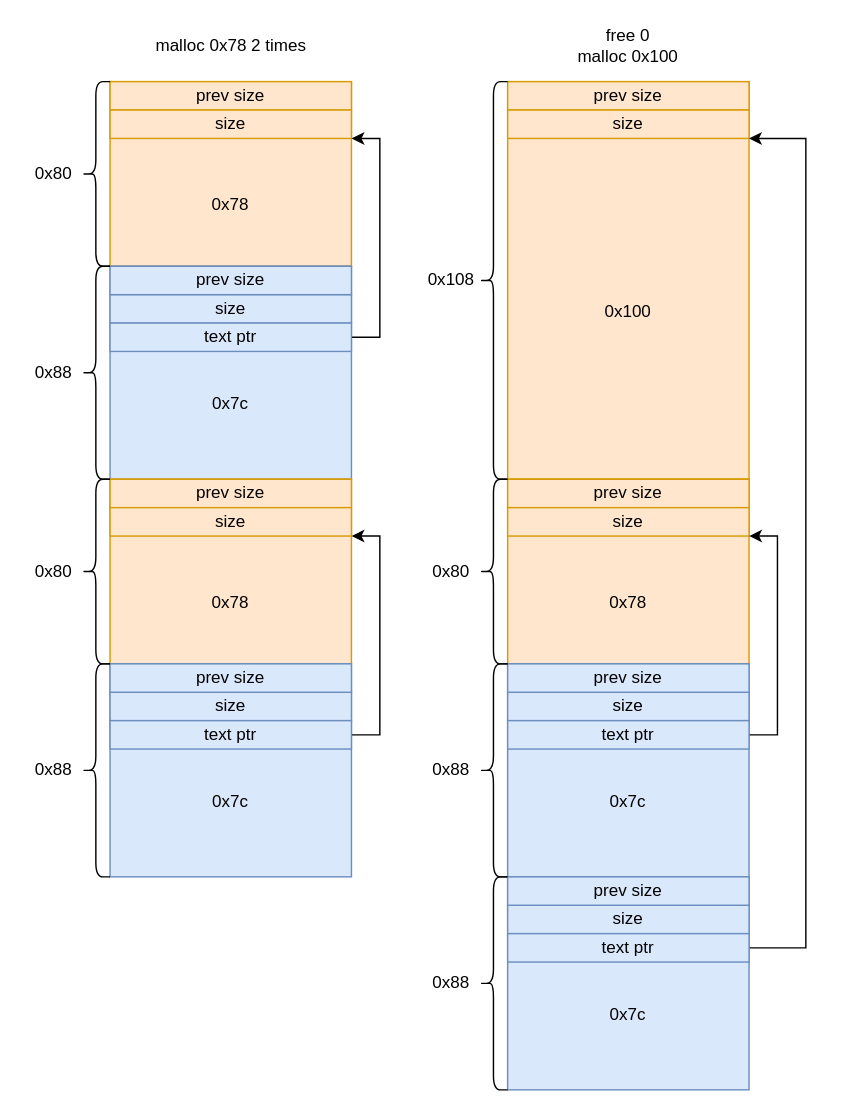
Above: blog/babyfengshui_33c3_2016.drawio in Zephyrccc/ImageHostingService (draw.io), before the change. Source tidied: cells renumbered, new cells numbered last; positions are measured from the earlier drawing's top-left corner, leaving out a move shared by most shapes. Both pictures are drawn from the tidied source at 142%, with x=0, y=0 at pixel (24, 24).
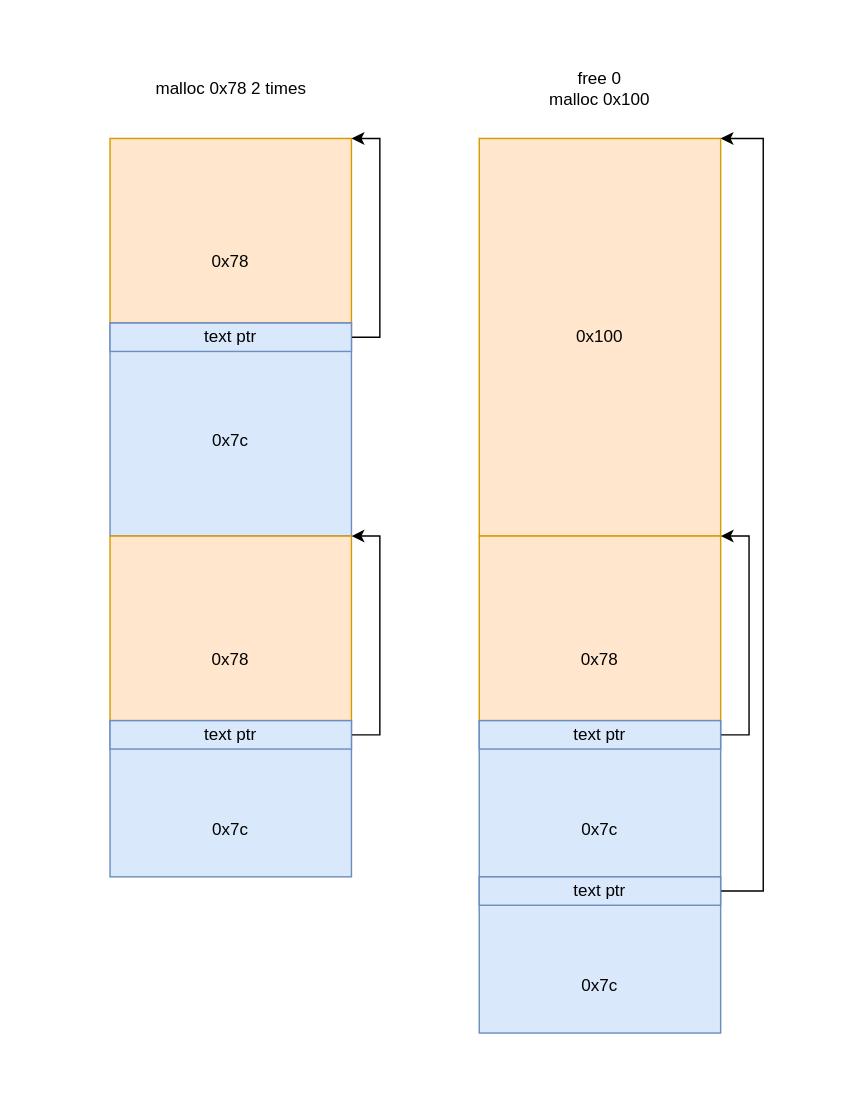
Above is the later version.

Change to the diagram source:
```diff
@@
     <mxCell id="2" value="&lt;br&gt;&lt;br&gt;&lt;br&gt;0x78" style="rounded=0;whiteSpace=wrap;html=1;fillColor=#ffe6cc;strokeColor=#d79b00;" parent="1" vertex="1">
-      <mxGeometry x="60" y="40" width="170" height="130" as="geometry" />
+      <mxGeometry x="60" y="80" width="170" height="130" as="geometry" />
     </mxCell>
-    <mxCell id="3" value="&lt;br&gt;&lt;br&gt;&lt;br&gt;0x7c" style="rounded=0;whiteSpace=wrap;html=1;fillColor=#dae8fc;strokeColor=#6c8ebf;" parent="1" vertex="1">
-      <mxGeometry x="60" y="170" width="170" height="150" as="geometry" />
+    <mxCell id="3" value="&lt;br&gt;0x7c" style="rounded=0;whiteSpace=wrap;html=1;fillColor=#dae8fc;strokeColor=#6c8ebf;" parent="1" vertex="1">
+      <mxGeometry x="60" y="210" width="170" height="150" as="geometry" />
     </mxCell>
@@
-    <mxCell id="5" value="prev size" style="rounded=0;whiteSpace=wrap;html=1;fillColor=#ffe6cc;strokeColor=#d79b00;" parent="1" vertex="1">
-      <mxGeometry x="60" y="40" width="170" height="20" as="geometry" />
-    </mxCell>
     <mxCell id="6" value="malloc 0x78&amp;nbsp;2 times" style="text;html=1;strokeColor=none;fillColor=none;align=center;verticalAlign=middle;whiteSpace=wrap;rounded=0;" parent="1" vertex="1">
-      <mxGeometry x="82.5" width="125" height="30" as="geometry" />
+      <mxGeometry x="82.5" y="30" width="125" height="30" as="geometry" />
     </mxCell>
     <mxCell id="7" value="free 0&lt;br&gt;malloc 0x100" style="text;html=1;strokeColor=none;fillColor=none;align=center;verticalAlign=middle;whiteSpace=wrap;rounded=0;" parent="1" vertex="1">
-      <mxGeometry x="375" width="100" height="30" as="geometry" />
+      <mxGeometry x="355" y="30" width="100" height="30" as="geometry" />
     </mxCell>
-    <mxCell id="8" value="size" style="rounded=0;whiteSpace=wrap;html=1;fillColor=#dae8fc;strokeColor=#6c8ebf;" parent="1" vertex="1">
-      <mxGeometry x="60" y="190" width="170" height="20" as="geometry" />
-    </mxCell>
-    <mxCell id="9" value="prev size" style="rounded=0;whiteSpace=wrap;html=1;fillColor=#dae8fc;strokeColor=#6c8ebf;" parent="1" vertex="1">
-      <mxGeometry x="60" y="170" width="170" height="20" as="geometry" />
-    </mxCell>
-    <mxCell id="10" value="size" style="rounded=0;whiteSpace=wrap;html=1;fillColor=#ffe6cc;strokeColor=#d79b00;" parent="1" vertex="1">
-      <mxGeometry x="60" y="60" width="170" height="20" as="geometry" />
-    </mxCell>
@@
-    <mxCell id="13" style="shape=curlyBracket;whiteSpace=wrap;html=1;rounded=1;" parent="1" vertex="1">
-      <mxGeometry x="40" y="40" width="20" height="130" as="geometry" />
-    </mxCell>
-    <mxCell id="14" value="0x80" style="text;html=1;align=center;verticalAlign=middle;strokeColor=none;fillColor=none;" parent="1" vertex="1">
-      <mxGeometry y="95" width="40" height="20" as="geometry" />
-    </mxCell>
-    <mxCell id="15" style="shape=curlyBracket;whiteSpace=wrap;html=1;rounded=1;" parent="1" vertex="1">
-      <mxGeometry x="40" y="170" width="20" height="150" as="geometry" />
-    </mxCell>
-    <mxCell id="16" value="0x88" style="text;html=1;align=center;verticalAlign=middle;strokeColor=none;fillColor=none;" parent="1" vertex="1">
-      <mxGeometry y="235" width="40" height="20" as="geometry" />
-    </mxCell>
     <mxCell id="17" value="&lt;br&gt;&lt;br&gt;&lt;br&gt;0x78" style="rounded=0;whiteSpace=wrap;html=1;fillColor=#ffe6cc;strokeColor=#d79b00;" parent="1" vertex="1">
-      <mxGeometry x="60" y="320" width="170" height="130" as="geometry" />
+      <mxGeometry x="60" y="360" width="170" height="130" as="geometry" />
     </mxCell>
     <mxCell id="18" value="&lt;br&gt;&lt;br&gt;&lt;br&gt;0x7c" style="rounded=0;whiteSpace=wrap;html=1;fillColor=#dae8fc;strokeColor=#6c8ebf;" parent="1" vertex="1">
-      <mxGeometry x="60" y="450" width="170" height="150" as="geometry" />
+      <mxGeometry x="60" y="490" width="170" height="110" as="geometry" />
     </mxCell>
-    <mxCell id="19" value="prev size" style="rounded=0;whiteSpace=wrap;html=1;fillColor=#ffe6cc;strokeColor=#d79b00;" parent="1" vertex="1">
-      <mxGeometry x="60" y="320" width="170" height="20" as="geometry" />
-    </mxCell>
-    <mxCell id="20" value="size" style="rounded=0;whiteSpace=wrap;html=1;fillColor=#dae8fc;strokeColor=#6c8ebf;" parent="1" vertex="1">
-      <mxGeometry x="60" y="470" width="170" height="20" as="geometry" />
-    </mxCell>
-    <mxCell id="21" value="prev size" style="rounded=0;whiteSpace=wrap;html=1;fillColor=#dae8fc;strokeColor=#6c8ebf;" parent="1" vertex="1">
-      <mxGeometry x="60" y="450" width="170" height="20" as="geometry" />
-    </mxCell>
-    <mxCell id="22" value="size" style="rounded=0;whiteSpace=wrap;html=1;fillColor=#ffe6cc;strokeColor=#d79b00;" parent="1" vertex="1">
-      <mxGeometry x="60" y="340" width="170" height="20" as="geometry" />
-    </mxCell>
@@
-    <mxCell id="25" style="shape=curlyBracket;whiteSpace=wrap;html=1;rounded=1;" parent="1" vertex="1">
-      <mxGeometry x="40" y="320" width="20" height="130" as="geometry" />
-    </mxCell>
-    <mxCell id="26" value="0x80" style="text;html=1;align=center;verticalAlign=middle;strokeColor=none;fillColor=none;" parent="1" vertex="1">
-      <mxGeometry y="375" width="40" height="20" as="geometry" />
-    </mxCell>
-    <mxCell id="27" style="shape=curlyBracket;whiteSpace=wrap;html=1;rounded=1;" parent="1" vertex="1">
-      <mxGeometry x="40" y="450" width="20" height="150" as="geometry" />
-    </mxCell>
-    <mxCell id="28" value="0x88" style="text;html=1;align=center;verticalAlign=middle;strokeColor=none;fillColor=none;" parent="1" vertex="1">
-      <mxGeometry y="515" width="40" height="20" as="geometry" />
-    </mxCell>
-    <mxCell id="29" value="&lt;br&gt;&lt;br&gt;&lt;br&gt;0x100" style="rounded=0;whiteSpace=wrap;html=1;fillColor=#ffe6cc;strokeColor=#d79b00;" parent="1" vertex="1">
-      <mxGeometry x="340" y="40" width="170" height="280" as="geometry" />
+    <mxCell id="29" value="0x100" style="rounded=0;whiteSpace=wrap;html=1;fillColor=#ffe6cc;strokeColor=#d79b00;" parent="1" vertex="1">
+      <mxGeometry x="320" y="80" width="170" height="280" as="geometry" />
     </mxCell>
-    <mxCell id="30" value="prev size" style="rounded=0;whiteSpace=wrap;html=1;fillColor=#ffe6cc;strokeColor=#d79b00;" parent="1" vertex="1">
-      <mxGeometry x="340" y="40" width="170" height="20" as="geometry" />
-    </mxCell>
-    <mxCell id="31" value="size" style="rounded=0;whiteSpace=wrap;html=1;fillColor=#ffe6cc;strokeColor=#d79b00;" parent="1" vertex="1">
-      <mxGeometry x="340" y="60" width="170" height="20" as="geometry" />
-    </mxCell>
-    <mxCell id="32" style="shape=curlyBracket;whiteSpace=wrap;html=1;rounded=1;" parent="1" vertex="1">
-      <mxGeometry x="320" y="40" width="20" height="280" as="geometry" />
-    </mxCell>
-    <mxCell id="33" value="0x108" style="text;html=1;align=center;verticalAlign=middle;strokeColor=none;fillColor=none;" parent="1" vertex="1">
-      <mxGeometry x="275" y="170" width="50" height="20" as="geometry" />
-    </mxCell>
     <mxCell id="34" value="&lt;br&gt;&lt;br&gt;&lt;br&gt;0x78" style="rounded=0;whiteSpace=wrap;html=1;fillColor=#ffe6cc;strokeColor=#d79b00;" parent="1" vertex="1">
-      <mxGeometry x="340" y="320" width="170" height="130" as="geometry" />
+      <mxGeometry x="320" y="360" width="170" height="130" as="geometry" />
     </mxCell>
-    <mxCell id="35" value="&lt;br&gt;&lt;br&gt;&lt;br&gt;0x7c" style="rounded=0;whiteSpace=wrap;html=1;fillColor=#dae8fc;strokeColor=#6c8ebf;" parent="1" vertex="1">
-      <mxGeometry x="340" y="450" width="170" height="150" as="geometry" />
-    </mxCell>
-    <mxCell id="36" value="prev size" style="rounded=0;whiteSpace=wrap;html=1;fillColor=#ffe6cc;strokeColor=#d79b00;" parent="1" vertex="1">
-      <mxGeometry x="340" y="320" width="170" height="20" as="geometry" />
-    </mxCell>
-    <mxCell id="37" value="size" style="rounded=0;whiteSpace=wrap;html=1;fillColor=#dae8fc;strokeColor=#6c8ebf;" parent="1" vertex="1">
-      <mxGeometry x="340" y="470" width="170" height="20" as="geometry" />
-    </mxCell>
-    <mxCell id="38" value="prev size" style="rounded=0;whiteSpace=wrap;html=1;fillColor=#dae8fc;strokeColor=#6c8ebf;" parent="1" vertex="1">
-      <mxGeometry x="340" y="450" width="170" height="20" as="geometry" />
-    </mxCell>
-    <mxCell id="39" value="size" style="rounded=0;whiteSpace=wrap;html=1;fillColor=#ffe6cc;strokeColor=#d79b00;" parent="1" vertex="1">
-      <mxGeometry x="340" y="340" width="170" height="20" as="geometry" />
-    </mxCell>
-    <mxCell id="40" style="edgeStyle=orthogonalEdgeStyle;rounded=0;jettySize=auto;html=1;exitX=1;exitY=0.5;exitDx=0;exitDy=0;" parent="1" edge="1" source="41">
-      <mxGeometry relative="1" as="geometry">
-        <mxPoint x="510.1" y="360" as="targetPoint" />
-        <Array as="points">
-          <mxPoint x="530" y="500" />
-          <mxPoint x="530" y="360" />
-        </Array>
-      </mxGeometry>
-    </mxCell>
-    <mxCell id="41" value="text ptr" style="rounded=0;whiteSpace=wrap;html=1;fillColor=#dae8fc;strokeColor=#6c8ebf;" parent="1" vertex="1">
-      <mxGeometry x="340" y="490" width="170" height="20" as="geometry" />
-    </mxCell>
-    <mxCell id="42" style="shape=curlyBracket;whiteSpace=wrap;html=1;rounded=1;" parent="1" vertex="1">
-      <mxGeometry x="320" y="320" width="20" height="130" as="geometry" />
-    </mxCell>
-    <mxCell id="43" value="0x80" style="text;html=1;align=center;verticalAlign=middle;strokeColor=none;fillColor=none;" parent="1" vertex="1">
-      <mxGeometry x="280" y="375" width="40" height="20" as="geometry" />
-    </mxCell>
-    <mxCell id="44" style="shape=curlyBracket;whiteSpace=wrap;html=1;rounded=1;" parent="1" vertex="1">
-      <mxGeometry x="320" y="450" width="20" height="150" as="geometry" />
-    </mxCell>
-    <mxCell id="45" value="0x88" style="text;html=1;align=center;verticalAlign=middle;strokeColor=none;fillColor=none;" parent="1" vertex="1">
-      <mxGeometry x="280" y="515" width="40" height="20" as="geometry" />
-    </mxCell>
-    <mxCell id="46" value="&lt;br&gt;&lt;br&gt;&lt;br&gt;0x7c" style="rounded=0;whiteSpace=wrap;html=1;fillColor=#dae8fc;strokeColor=#6c8ebf;" parent="1" vertex="1">
-      <mxGeometry x="340" y="600" width="170" height="150" as="geometry" />
-    </mxCell>
-    <mxCell id="47" value="size" style="rounded=0;whiteSpace=wrap;html=1;fillColor=#dae8fc;strokeColor=#6c8ebf;" parent="1" vertex="1">
-      <mxGeometry x="340" y="620" width="170" height="20" as="geometry" />
-    </mxCell>
-    <mxCell id="48" value="prev size" style="rounded=0;whiteSpace=wrap;html=1;fillColor=#dae8fc;strokeColor=#6c8ebf;" parent="1" vertex="1">
-      <mxGeometry x="340" y="600" width="170" height="20" as="geometry" />
-    </mxCell>
-    <mxCell id="49" style="edgeStyle=orthogonalEdgeStyle;rounded=0;jettySize=auto;html=1;exitX=1;exitY=0.5;exitDx=0;exitDy=0;entryX=1;entryY=1;entryDx=0;entryDy=0;" parent="1" edge="1" source="50" target="31">
-      <mxGeometry relative="1" as="geometry">
-        <Array as="points">
-          <mxPoint x="550" y="650" />
-          <mxPoint x="550" y="80" />
-        </Array>
-      </mxGeometry>
-    </mxCell>
-    <mxCell id="50" value="text ptr" style="rounded=0;whiteSpace=wrap;html=1;fillColor=#dae8fc;strokeColor=#6c8ebf;" parent="1" vertex="1">
-      <mxGeometry x="340" y="640" width="170" height="20" as="geometry" />
-    </mxCell>
-    <mxCell id="51" style="shape=curlyBracket;whiteSpace=wrap;html=1;rounded=1;" parent="1" vertex="1">
-      <mxGeometry x="320" y="600" width="20" height="150" as="geometry" />
-    </mxCell>
-    <mxCell id="52" value="0x88" style="text;html=1;align=center;verticalAlign=middle;strokeColor=none;fillColor=none;" parent="1" vertex="1">
-      <mxGeometry x="280" y="665" width="40" height="20" as="geometry" />
-    </mxCell>
+    <mxCell id="53" value="&lt;br&gt;&lt;br&gt;&lt;br&gt;0x7c" style="rounded=0;whiteSpace=wrap;html=1;fillColor=#dae8fc;strokeColor=#6c8ebf;" parent="1" vertex="1">
+      <mxGeometry x="320" y="490" width="170" height="110" as="geometry" />
+    </mxCell>
+    <mxCell id="54" style="edgeStyle=orthogonalEdgeStyle;rounded=0;jettySize=auto;html=1;exitX=1;exitY=0.5;exitDx=0;exitDy=0;" parent="1" edge="1" source="55">
+      <mxGeometry relative="1" as="geometry">
+        <mxPoint x="490.1" y="360" as="targetPoint" />
+        <Array as="points">
+          <mxPoint x="510" y="500" />
+          <mxPoint x="510" y="360" />
+        </Array>
+      </mxGeometry>
+    </mxCell>
+    <mxCell id="55" value="text ptr" style="rounded=0;whiteSpace=wrap;html=1;fillColor=#dae8fc;strokeColor=#6c8ebf;" parent="1" vertex="1">
+      <mxGeometry x="320" y="490" width="170" height="20" as="geometry" />
+    </mxCell>
+    <mxCell id="56" value="&lt;br&gt;&lt;br&gt;&lt;br&gt;0x7c" style="rounded=0;whiteSpace=wrap;html=1;fillColor=#dae8fc;strokeColor=#6c8ebf;" parent="1" vertex="1">
+      <mxGeometry x="320" y="600" width="170" height="110" as="geometry" />
+    </mxCell>
+    <mxCell id="57" style="edgeStyle=orthogonalEdgeStyle;rounded=0;jettySize=auto;html=1;exitX=1;exitY=0.5;exitDx=0;exitDy=0;entryX=1;entryY=0;entryDx=0;entryDy=0;" parent="1" edge="1" source="58" target="29">
+      <mxGeometry relative="1" as="geometry">
+        <Array as="points">
+          <mxPoint x="520" y="610" />
+          <mxPoint x="520" y="80" />
+        </Array>
+      </mxGeometry>
+    </mxCell>
+    <mxCell id="58" value="text ptr" style="rounded=0;whiteSpace=wrap;html=1;fillColor=#dae8fc;strokeColor=#6c8ebf;" parent="1" vertex="1">
+      <mxGeometry x="320" y="600" width="170" height="20" as="geometry" />
+    </mxCell>
```
